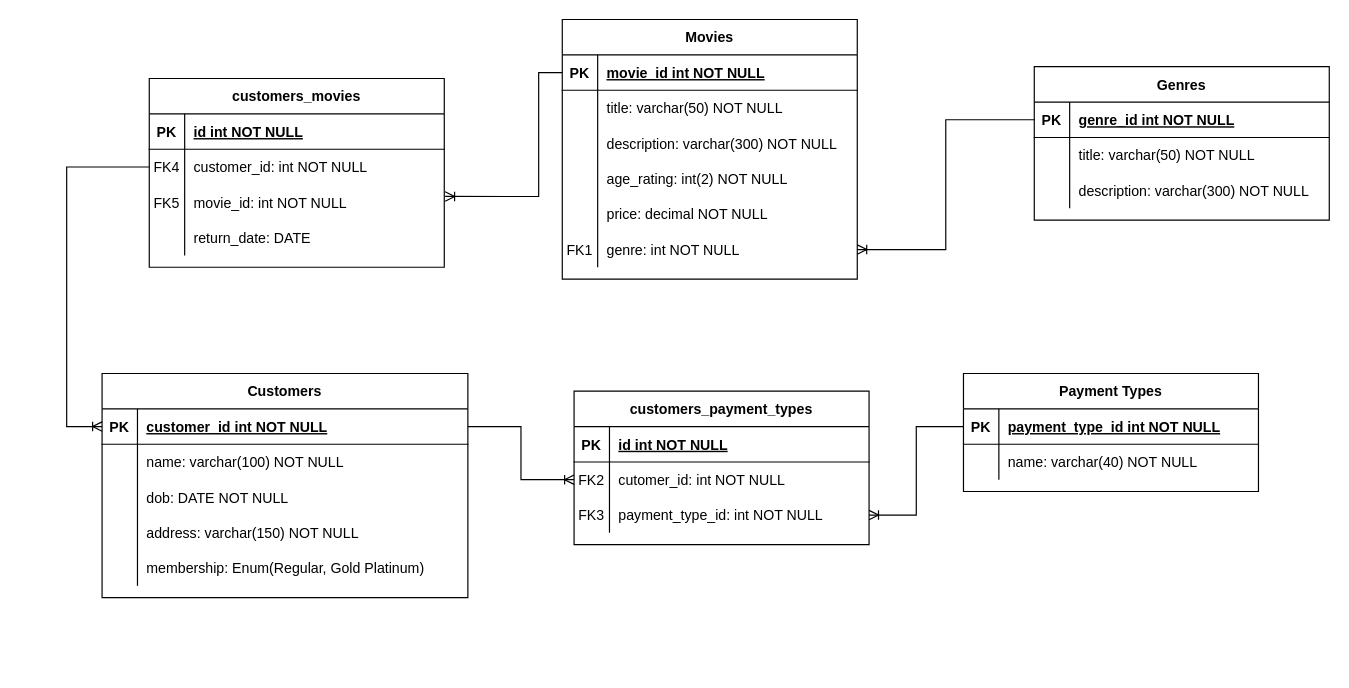
This is movie_rental.drawio from finn-nankivell2/databases-ca-1, a draw.io file, before an edit. Source tidied: cells renumbered, new cells numbered last; positions are measured from the earlier drawing's top-left corner, leaving out a move shared by most shapes. Both pictures are drawn from the tidied source at 118%, with x=0, y=0 at pixel (66, 19).
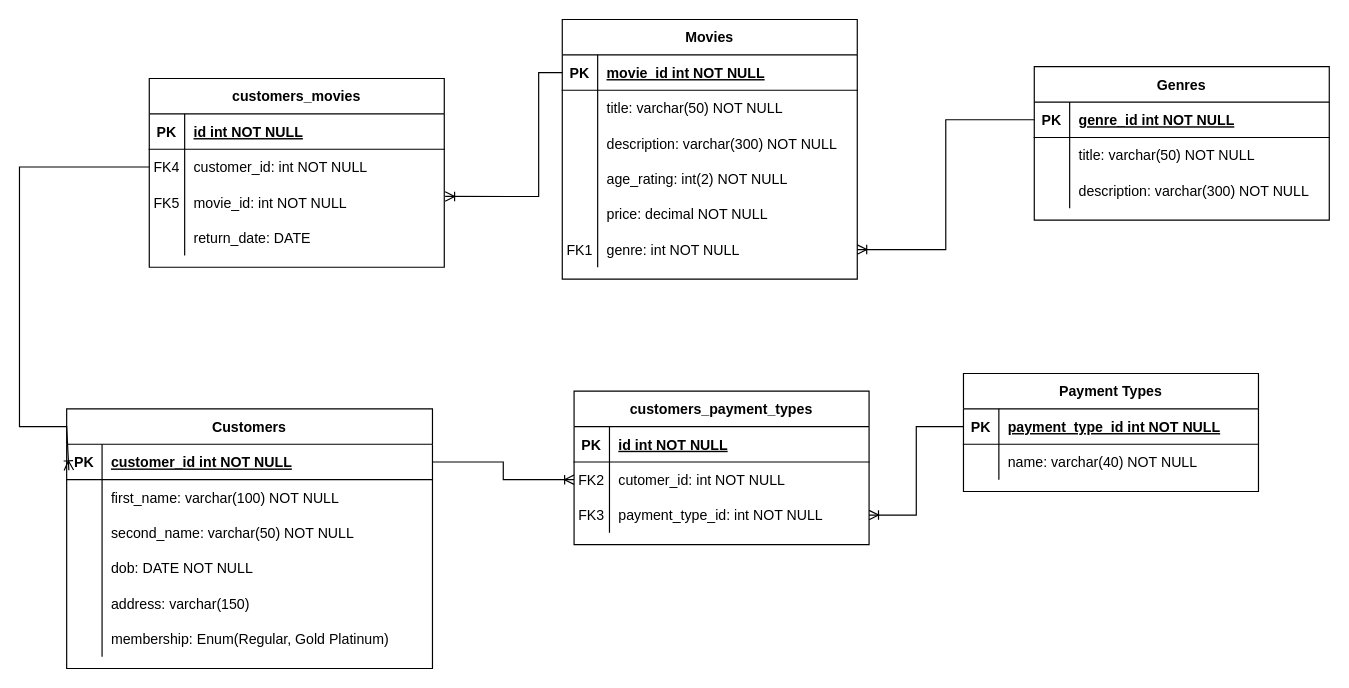
Above is the later version.

Unchanged cells that the change refers to:
```xml
<mxCell id="33" style="shape=partialRectangle;fillColor=none;points=[[0,0.5],[1,0.5]];portConstraint=eastwest;top=0;left=0;right=0;bottom=1;" parent="32" vertex="1">
  <mxGeometry y="30" width="310" height="30" as="geometry" />
</mxCell>
<mxCell id="36" style="shape=partialRectangle;fillColor=none;top=0;left=0;right=0;bottom=0;" parent="32" vertex="1">
  <mxGeometry y="60" width="310" height="30" as="geometry" />
</mxCell>
<mxCell id="71" style="shape=partialRectangle;fillColor=none;points=[[0,0.5],[1,0.5]];portConstraint=eastwest;top=0;left=0;right=0;bottom=0;" parent="67" vertex="1">
  <mxGeometry y="60" width="250" height="30" as="geometry" />
</mxCell>
```

Diff of the diagram source:
```diff
@@
     <mxCell id="32" value="Customers" style="shape=table;startSize=30;childLayout=tableLayout;rowLines=0;fontStyle=1;align=center;" parent="1" vertex="1">
-      <mxGeometry x="30" y="300" width="310" height="190" as="geometry" />
+      <mxGeometry y="330" width="310" height="220" as="geometry" />
     </mxCell>
@@
-    <mxCell id="38" value="name: varchar(100) NOT NULL" style="shape=partialRectangle;overflow=hidden;fillColor=none;top=0;left=0;bottom=0;right=0;align=left;spacingLeft=6;" parent="36" vertex="1">
+    <mxCell id="38" value="first_name: varchar(100) NOT NULL" style="shape=partialRectangle;overflow=hidden;fillColor=none;top=0;left=0;bottom=0;right=0;align=left;spacingLeft=6;" parent="36" vertex="1">
       <mxGeometry x="30" width="280" height="30" as="geometry" />
     </mxCell>
+    <mxCell id="82" style="shape=partialRectangle;fillColor=none;top=0;left=0;right=0;bottom=0;" parent="32" vertex="1">
+      <mxGeometry y="90" width="310" height="30" as="geometry" />
+    </mxCell>
+    <mxCell id="83" style="shape=partialRectangle;overflow=hidden;fillColor=none;top=0;left=0;bottom=0;right=0;" parent="82" vertex="1">
+      <mxGeometry width="30" height="30" as="geometry" />
+    </mxCell>
+    <mxCell id="84" value="second_name: varchar(50) NOT NULL" style="shape=partialRectangle;overflow=hidden;fillColor=none;top=0;left=0;bottom=0;right=0;align=left;spacingLeft=6;" parent="82" vertex="1">
+      <mxGeometry x="30" width="280" height="30" as="geometry" />
+    </mxCell>
     <mxCell id="39" style="shape=partialRectangle;fillColor=none;top=0;left=0;right=0;bottom=0;" parent="32" vertex="1">
-      <mxGeometry y="90" width="310" height="30" as="geometry" />
+      <mxGeometry y="120" width="310" height="30" as="geometry" />
     </mxCell>
@@
     <mxCell id="42" style="shape=partialRectangle;fillColor=none;top=0;left=0;right=0;bottom=0;" parent="32" vertex="1">
-      <mxGeometry y="120" width="310" height="30" as="geometry" />
+      <mxGeometry y="150" width="310" height="30" as="geometry" />
     </mxCell>
@@
-    <mxCell id="44" value="address: varchar(150) NOT NULL" style="shape=partialRectangle;overflow=hidden;fillColor=none;top=0;left=0;bottom=0;right=0;align=left;spacingLeft=6;" parent="42" vertex="1">
+    <mxCell id="44" value="address: varchar(150)" style="shape=partialRectangle;overflow=hidden;fillColor=none;top=0;left=0;bottom=0;right=0;align=left;spacingLeft=6;" parent="42" vertex="1">
       <mxGeometry x="30" width="280" height="30" as="geometry" />
     </mxCell>
     <mxCell id="45" style="shape=partialRectangle;fillColor=none;top=0;left=0;right=0;bottom=0;" parent="32" vertex="1">
-      <mxGeometry y="150" width="310" height="30" as="geometry" />
+      <mxGeometry y="180" width="310" height="30" as="geometry" />
     </mxCell>
@@
-    <mxCell id="80" style="fontSize=12;html=1;endArrow=ERoneToMany;rounded=0;entryX=0;entryY=0.5;entryDx=0;entryDy=0;exitX=0;exitY=0.5;exitDx=0;exitDy=0;" parent="1" edge="1" source="71" target="33">
+    <mxCell id="80" style="fontSize=12;html=1;endArrow=ERoneToMany;rounded=0;entryX=0.006;entryY=0.733;entryDx=0;entryDy=0;exitX=0;exitY=0.5;exitDx=0;exitDy=0;entryPerimeter=0;" parent="1" edge="1" source="71" target="33">
       <mxGeometry relative="1" as="geometry">
         <Array as="points">
-          <mxPoint y="125" />
-          <mxPoint y="200" />
+          <mxPoint x="-40" y="125" />
+          <mxPoint x="-40" y="200" />
+          <mxPoint x="-40" y="345" />
           <mxPoint y="345" />
         </Array>
       </mxGeometry>
     </mxCell>
```
